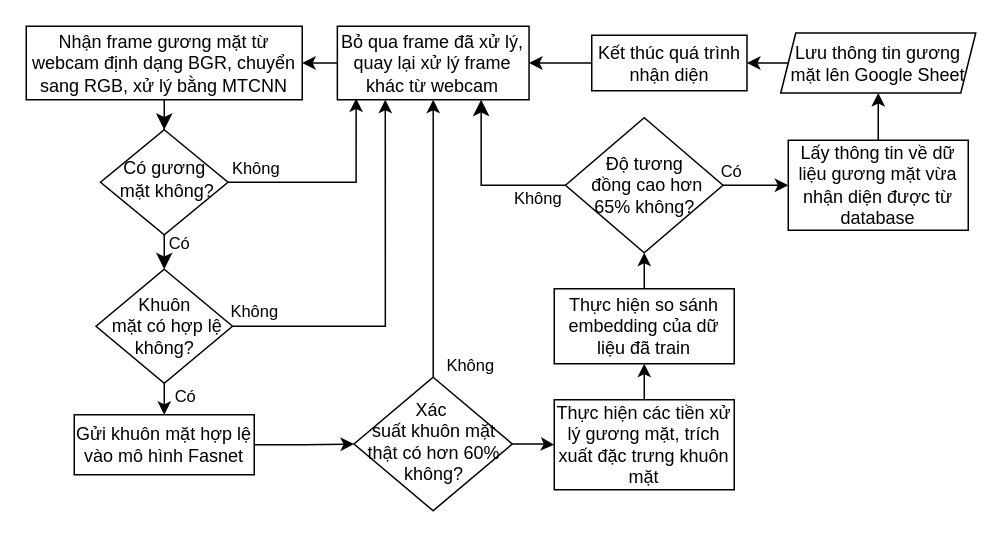
The draw.io diagram luudonhandien.drawio in linh0802/fas, before the edit. Source tidied: cells renumbered, new cells numbered last; positions are measured from the earlier drawing's top-left corner, leaving out a move shared by most shapes. Both pictures are drawn from the tidied source at 150%, with x=0, y=0 at pixel (26, 26).
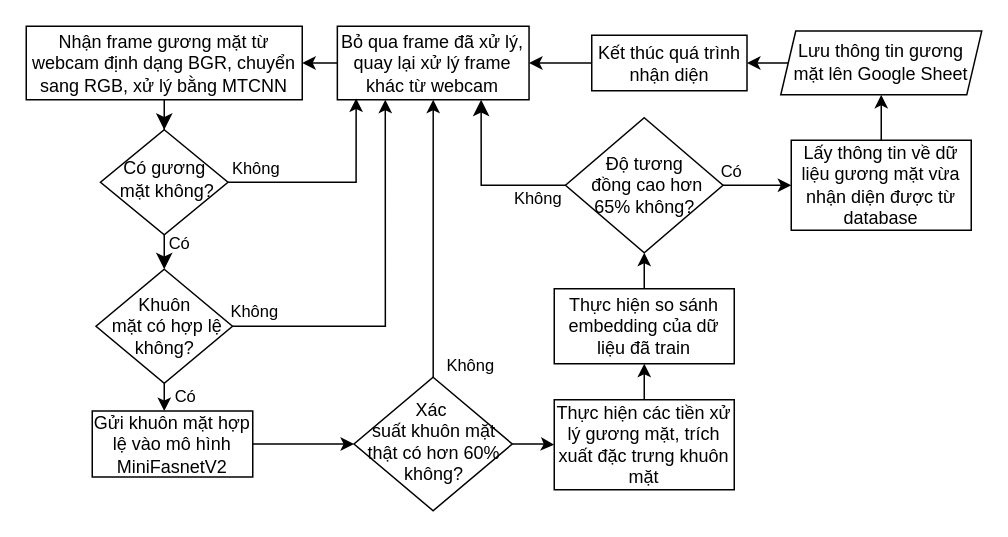
The same diagram, later.

Commit message:
Cập nhật luudonhandien.drawio

Diff of the diagram source:
```diff
@@
-    <mxCell id="17" value="Gửi khuôn mặt hợp lệ vào mô hình Fasnet" style="whiteSpace=wrap;html=1;" parent="1" vertex="1">
-      <mxGeometry x="32" y="259" width="120" height="40" as="geometry" />
+    <mxCell id="17" value="Gửi khuôn mặt hợp lệ vào mô hình MiniFasnetV2" style="whiteSpace=wrap;html=1;" parent="1" vertex="1">
+      <mxGeometry x="44" y="256.5" width="107" height="44" as="geometry" />
     </mxCell>
@@
     <mxCell id="28" value="Lấy thông tin về dữ liệu gương mặt vừa nhận diện được từ database" style="whiteSpace=wrap;html=1;" parent="1" vertex="1">
-      <mxGeometry x="508" y="76" width="120" height="60" as="geometry" />
+      <mxGeometry x="510" y="76" width="120" height="60" as="geometry" />
     </mxCell>
@@
     <mxCell id="30" value="Lưu thông tin gương mặt lên Google Sheet" style="shape=parallelogram;perimeter=parallelogramPerimeter;whiteSpace=wrap;html=1;fixedSize=1;size=10;" parent="1" vertex="1">
-      <mxGeometry x="503" y="4.5" width="130" height="40" as="geometry" />
+      <mxGeometry x="503" y="3.2" width="134" height="42.5" as="geometry" />
     </mxCell>
```
